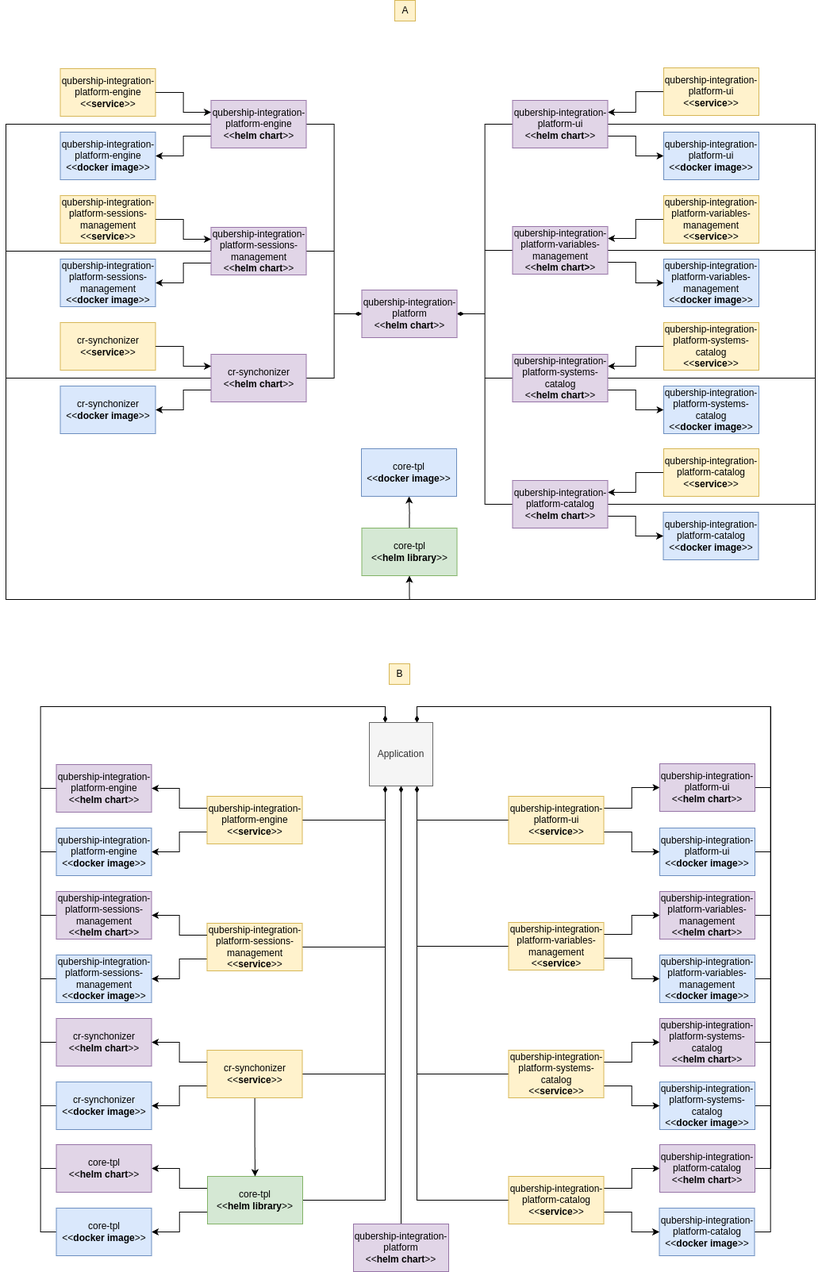
Above: docs/images/qip-application-manifest-without-plugins.drawio.png in sivareddyit/qubership-envgene (draw.io), before the change. Source tidied: cells renumbered, new cells last; positions are measured from the earlier drawing's top-left corner, leaving out a move shared by most shapes.
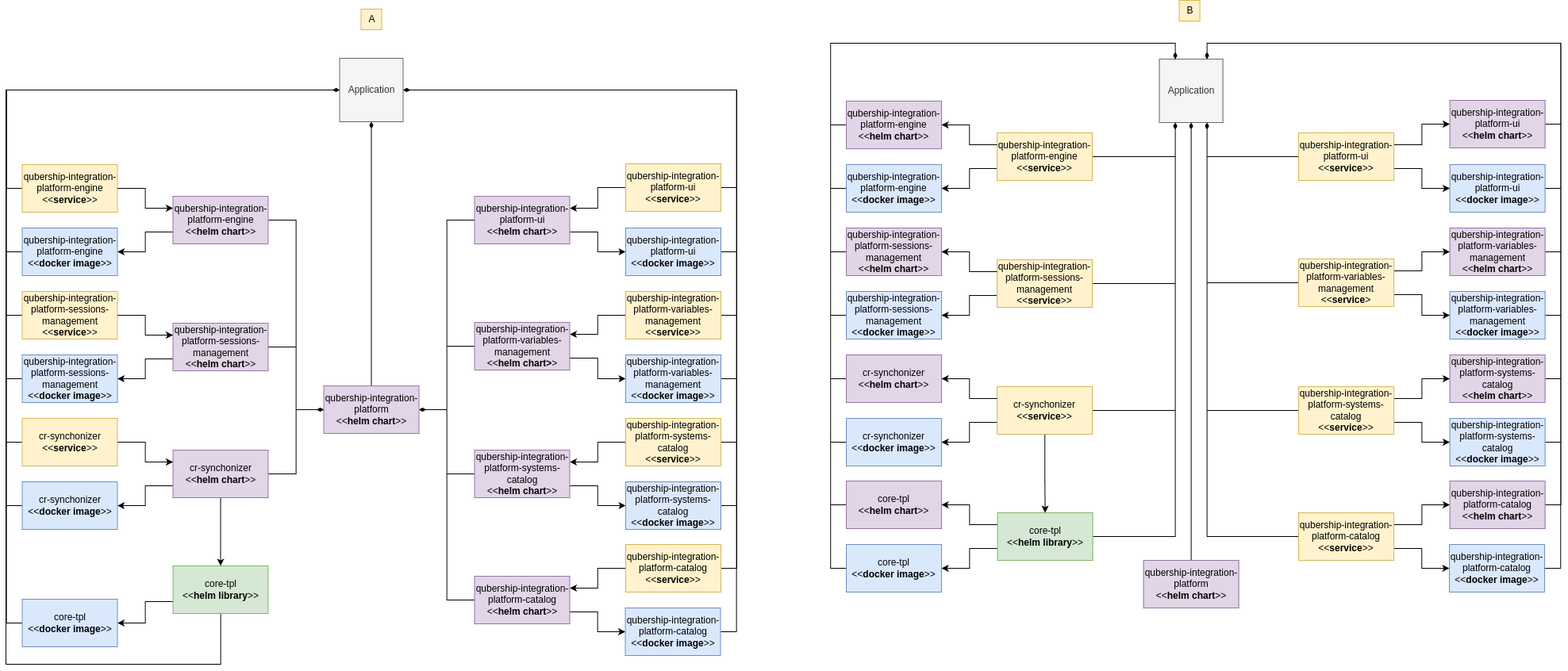
Above is the later version.

Change to the diagram source:
```diff
@@ -208,4 +208,7 @@
     </mxCell>
+    <mxCell id="125" style="edgeStyle=orthogonalEdgeStyle;rounded=0;jettySize=auto;html=1;exitX=1;exitY=0.5;exitDx=0;exitDy=0;entryX=1;entryY=0.5;entryDx=0;entryDy=0;endArrow=diamondThin;endFill=1;" parent="1" edge="1" source="70" target="142">
+      <mxGeometry relative="1" as="geometry" />
+    </mxCell>
     <mxCell id="70" value="&lt;div&gt;qubership-integration-platform-ui&lt;/div&gt;&amp;lt;&amp;lt;&lt;b&gt;docker image&lt;/b&gt;&amp;gt;&amp;gt;" style="rounded=0;whiteSpace=wrap;html=1;fillColor=#dae8fc;strokeColor=#6c8ebf;" parent="1" vertex="1">
-      <mxGeometry x="829" y="166" width="120" height="60" as="geometry" />
+      <mxGeometry x="-214.6" y="1123" width="120" height="60" as="geometry" />
     </mxCell>
@@ -214,7 +217,13 @@
     </mxCell>
+    <mxCell id="126" style="edgeStyle=orthogonalEdgeStyle;rounded=0;jettySize=auto;html=1;exitX=1;exitY=0.5;exitDx=0;exitDy=0;entryX=1;entryY=0.5;entryDx=0;entryDy=0;endArrow=diamondThin;endFill=1;" parent="1" edge="1" source="72" target="142">
+      <mxGeometry relative="1" as="geometry" />
+    </mxCell>
     <mxCell id="72" value="&lt;div&gt;qubership-integration-platform-ui&lt;/div&gt;&amp;lt;&amp;lt;&lt;b&gt;service&lt;/b&gt;&amp;gt;&amp;gt;" style="rounded=0;whiteSpace=wrap;html=1;fillColor=#fff2cc;strokeColor=#d6b656;" parent="1" vertex="1">
-      <mxGeometry x="829" y="85" width="120" height="60" as="geometry" />
+      <mxGeometry x="-214.6" y="1042" width="120" height="60" as="geometry" />
     </mxCell>
+    <mxCell id="127" style="edgeStyle=orthogonalEdgeStyle;rounded=0;jettySize=auto;html=1;exitX=1;exitY=0.5;exitDx=0;exitDy=0;entryX=1;entryY=0.5;entryDx=0;entryDy=0;endArrow=diamondThin;endFill=1;" parent="1" edge="1" source="73" target="142">
+      <mxGeometry relative="1" as="geometry" />
+    </mxCell>
     <mxCell id="73" value="&lt;div&gt;qubership-integration-platform-variables-management&lt;/div&gt;&amp;lt;&amp;lt;&lt;b&gt;docker image&lt;/b&gt;&amp;gt;&amp;gt;" style="rounded=0;whiteSpace=wrap;html=1;fillColor=#dae8fc;strokeColor=#6c8ebf;" parent="1" vertex="1">
-      <mxGeometry x="829" y="326" width="120" height="60" as="geometry" />
+      <mxGeometry x="-214.6" y="1283" width="120" height="60" as="geometry" />
     </mxCell>
@@ -223,7 +232,13 @@
     </mxCell>
+    <mxCell id="128" style="edgeStyle=orthogonalEdgeStyle;rounded=0;jettySize=auto;html=1;exitX=1;exitY=0.5;exitDx=0;exitDy=0;entryX=1;entryY=0.5;entryDx=0;entryDy=0;endArrow=diamondThin;endFill=1;" parent="1" edge="1" source="75" target="142">
+      <mxGeometry relative="1" as="geometry" />
+    </mxCell>
     <mxCell id="75" value="&lt;div&gt;qubership-integration-platform-variables-management&lt;/div&gt;&amp;lt;&amp;lt;&lt;b&gt;service&lt;/b&gt;&amp;gt;&amp;gt;" style="rounded=0;whiteSpace=wrap;html=1;fillColor=#fff2cc;strokeColor=#d6b656;" parent="1" vertex="1">
-      <mxGeometry x="829" y="246" width="120" height="60" as="geometry" />
+      <mxGeometry x="-214.6" y="1203" width="120" height="60" as="geometry" />
     </mxCell>
+    <mxCell id="129" style="edgeStyle=orthogonalEdgeStyle;rounded=0;jettySize=auto;html=1;exitX=1;exitY=0.5;exitDx=0;exitDy=0;entryX=1;entryY=0.5;entryDx=0;entryDy=0;endArrow=diamondThin;endFill=1;" parent="1" edge="1" source="76" target="142">
+      <mxGeometry relative="1" as="geometry" />
+    </mxCell>
     <mxCell id="76" value="&lt;div&gt;qubership-integration-platform-systems-catalog&lt;/div&gt;&amp;lt;&amp;lt;&lt;b&gt;docker image&lt;/b&gt;&amp;gt;&amp;gt;" style="rounded=0;whiteSpace=wrap;html=1;fillColor=#dae8fc;strokeColor=#6c8ebf;" parent="1" vertex="1">
-      <mxGeometry x="829" y="486" width="120" height="60" as="geometry" />
+      <mxGeometry x="-214.6" y="1443" width="120" height="60" as="geometry" />
     </mxCell>
@@ -232,7 +247,13 @@
     </mxCell>
+    <mxCell id="130" style="edgeStyle=orthogonalEdgeStyle;rounded=0;jettySize=auto;html=1;exitX=1;exitY=0.5;exitDx=0;exitDy=0;entryX=1;entryY=0.5;entryDx=0;entryDy=0;endArrow=diamondThin;endFill=1;" parent="1" edge="1" source="78" target="142">
+      <mxGeometry relative="1" as="geometry" />
+    </mxCell>
     <mxCell id="78" value="&lt;div&gt;qubership-integration-platform-systems-catalog&lt;/div&gt;&amp;lt;&amp;lt;&lt;b&gt;service&lt;/b&gt;&amp;gt;&amp;gt;" style="rounded=0;whiteSpace=wrap;html=1;fillColor=#fff2cc;strokeColor=#d6b656;" parent="1" vertex="1">
-      <mxGeometry x="829" y="406" width="120" height="60" as="geometry" />
+      <mxGeometry x="-214.6" y="1363" width="120" height="60" as="geometry" />
     </mxCell>
+    <mxCell id="131" style="edgeStyle=orthogonalEdgeStyle;rounded=0;jettySize=auto;html=1;exitX=1;exitY=0.5;exitDx=0;exitDy=0;entryX=1;entryY=0.5;entryDx=0;entryDy=0;endArrow=diamondThin;endFill=1;" parent="1" edge="1" source="79" target="142">
+      <mxGeometry relative="1" as="geometry" />
+    </mxCell>
     <mxCell id="79" value="&lt;div&gt;qubership-integration-platform-catalog&lt;/div&gt;&amp;lt;&amp;lt;&lt;b&gt;docker image&lt;/b&gt;&amp;gt;&amp;gt;" style="rounded=0;whiteSpace=wrap;html=1;fillColor=#dae8fc;strokeColor=#6c8ebf;" parent="1" vertex="1">
-      <mxGeometry x="828.5" y="645" width="120" height="60" as="geometry" />
+      <mxGeometry x="-215.1" y="1602" width="120" height="60" as="geometry" />
     </mxCell>
@@ -241,10 +262,24 @@
     </mxCell>
+    <mxCell id="132" style="edgeStyle=orthogonalEdgeStyle;rounded=0;jettySize=auto;html=1;exitX=1;exitY=0.5;exitDx=0;exitDy=0;entryX=1;entryY=0.5;entryDx=0;entryDy=0;endArrow=diamondThin;endFill=1;" parent="1" edge="1" source="81" target="142">
+      <mxGeometry relative="1" as="geometry" />
+    </mxCell>
     <mxCell id="81" value="&lt;div&gt;qubership-integration-platform-catalog&lt;/div&gt;&amp;lt;&amp;lt;&lt;b&gt;service&lt;/b&gt;&amp;gt;&amp;gt;" style="rounded=0;whiteSpace=wrap;html=1;fillColor=#fff2cc;strokeColor=#d6b656;" parent="1" vertex="1">
-      <mxGeometry x="829" y="565" width="120" height="60" as="geometry" />
+      <mxGeometry x="-214.6" y="1522" width="120" height="60" as="geometry" />
     </mxCell>
+    <mxCell id="133" style="edgeStyle=orthogonalEdgeStyle;rounded=0;jettySize=auto;html=1;exitX=0;exitY=0.5;exitDx=0;exitDy=0;entryX=0;entryY=0.5;entryDx=0;entryDy=0;endArrow=diamondThin;endFill=1;" parent="1" edge="1" source="82" target="142">
+      <mxGeometry relative="1" as="geometry" />
+    </mxCell>
     <mxCell id="82" value="&lt;div&gt;qubership-integration-platform-engine&lt;/div&gt;&amp;lt;&amp;lt;&lt;b&gt;docker image&lt;/b&gt;&amp;gt;&amp;gt;" style="rounded=0;whiteSpace=wrap;html=1;fillColor=#dae8fc;strokeColor=#6c8ebf;" parent="1" vertex="1">
-      <mxGeometry x="68.5" y="166" width="120" height="60" as="geometry" />
+      <mxGeometry x="-975.1" y="1123" width="120" height="60" as="geometry" />
     </mxCell>
+    <mxCell id="134" style="edgeStyle=orthogonalEdgeStyle;rounded=0;jettySize=auto;html=1;entryX=0;entryY=0.5;entryDx=0;entryDy=0;exitX=0;exitY=0.5;exitDx=0;exitDy=0;endArrow=diamondThin;endFill=1;" parent="1" edge="1" source="83" target="142">
+      <mxGeometry relative="1" as="geometry">
+        <Array as="points">
+          <mxPoint x="-994.6" y="1073" />
+          <mxPoint x="-994.6" y="949" />
+        </Array>
+      </mxGeometry>
+    </mxCell>
     <mxCell id="83" value="&lt;div&gt;qubership-integration-platform-engine&lt;/div&gt;&amp;lt;&amp;lt;&lt;b&gt;service&lt;/b&gt;&amp;gt;&amp;gt;" style="rounded=0;whiteSpace=wrap;html=1;fillColor=#fff2cc;strokeColor=#d6b656;" parent="1" vertex="1">
-      <mxGeometry x="68.5" y="86" width="120" height="60" as="geometry" />
+      <mxGeometry x="-975.1" y="1043" width="120" height="60" as="geometry" />
     </mxCell>
@@ -256,13 +291,4 @@
     </mxCell>
-    <mxCell id="86" style="edgeStyle=orthogonalEdgeStyle;rounded=0;jettySize=auto;html=1;entryX=0.5;entryY=1;entryDx=0;entryDy=0;" parent="1" edge="1" source="87" target="106">
-      <mxGeometry relative="1" as="geometry">
-        <Array as="points">
-          <mxPoint x="1020" y="156" />
-          <mxPoint x="1020" y="755" />
-          <mxPoint x="509" y="755" />
-        </Array>
-      </mxGeometry>
-    </mxCell>
     <mxCell id="87" value="&lt;div&gt;qubership-integration-platform-ui&lt;/div&gt;&amp;lt;&amp;lt;&lt;b&gt;helm chart&lt;/b&gt;&amp;gt;&amp;gt;" style="rounded=0;whiteSpace=wrap;html=1;fillColor=#e1d5e7;strokeColor=#9673a6;" parent="1" vertex="1">
-      <mxGeometry x="638.5" y="126" width="120" height="60" as="geometry" />
+      <mxGeometry x="-405.1" y="1083" width="120" height="60" as="geometry" />
     </mxCell>
@@ -274,13 +300,4 @@
     </mxCell>
-    <mxCell id="90" style="edgeStyle=orthogonalEdgeStyle;rounded=0;jettySize=auto;html=1;entryX=0.5;entryY=1;entryDx=0;entryDy=0;" parent="1" edge="1" source="91" target="106">
-      <mxGeometry relative="1" as="geometry">
-        <Array as="points">
-          <mxPoint x="1020" y="315" />
-          <mxPoint x="1020" y="755" />
-          <mxPoint x="509" y="755" />
-        </Array>
-      </mxGeometry>
-    </mxCell>
     <mxCell id="91" value="&lt;div&gt;qubership-integration-platform-variables-management&lt;/div&gt;&amp;lt;&amp;lt;&lt;b&gt;helm chart&amp;gt;&lt;/b&gt;&amp;gt;" style="rounded=0;whiteSpace=wrap;html=1;fillColor=#e1d5e7;strokeColor=#9673a6;" parent="1" vertex="1">
-      <mxGeometry x="638.5" y="285" width="120" height="60" as="geometry" />
+      <mxGeometry x="-405.1" y="1242" width="120" height="60" as="geometry" />
     </mxCell>
@@ -292,13 +309,4 @@
     </mxCell>
-    <mxCell id="94" style="edgeStyle=orthogonalEdgeStyle;rounded=0;jettySize=auto;html=1;exitX=1;exitY=0.5;exitDx=0;exitDy=0;entryX=0.5;entryY=1;entryDx=0;entryDy=0;" parent="1" edge="1" source="95" target="106">
-      <mxGeometry relative="1" as="geometry">
-        <Array as="points">
-          <mxPoint x="1020" y="476" />
-          <mxPoint x="1020" y="755" />
-          <mxPoint x="509" y="755" />
-        </Array>
-      </mxGeometry>
-    </mxCell>
     <mxCell id="95" value="&lt;div&gt;qubership-integration-platform-systems-catalog&lt;/div&gt;&amp;lt;&amp;lt;&lt;b&gt;helm chart&lt;/b&gt;&amp;gt;&amp;gt;" style="rounded=0;whiteSpace=wrap;html=1;fillColor=#e1d5e7;strokeColor=#9673a6;" parent="1" vertex="1">
-      <mxGeometry x="638.5" y="446" width="120" height="60" as="geometry" />
+      <mxGeometry x="-405.1" y="1403" width="120" height="60" as="geometry" />
     </mxCell>
@@ -310,13 +318,4 @@
     </mxCell>
-    <mxCell id="98" style="edgeStyle=orthogonalEdgeStyle;rounded=0;jettySize=auto;html=1;exitX=1;exitY=0.5;exitDx=0;exitDy=0;entryX=0.5;entryY=1;entryDx=0;entryDy=0;" parent="1" edge="1" source="99" target="106">
-      <mxGeometry relative="1" as="geometry">
-        <Array as="points">
-          <mxPoint x="1020" y="635" />
-          <mxPoint x="1020" y="755" />
-          <mxPoint x="509" y="755" />
-        </Array>
-      </mxGeometry>
-    </mxCell>
     <mxCell id="99" value="&lt;div&gt;qubership-integration-platform-catalog&lt;/div&gt;&amp;lt;&amp;lt;&lt;b&gt;helm chart&lt;/b&gt;&amp;gt;&amp;gt;" style="rounded=0;whiteSpace=wrap;html=1;fillColor=#e1d5e7;strokeColor=#9673a6;" parent="1" vertex="1">
-      <mxGeometry x="638.5" y="605" width="120" height="60" as="geometry" />
+      <mxGeometry x="-405.1" y="1562" width="120" height="60" as="geometry" />
     </mxCell>
@@ -328,25 +327,31 @@
     </mxCell>
-    <mxCell id="102" style="edgeStyle=orthogonalEdgeStyle;rounded=0;jettySize=auto;html=1;exitX=0;exitY=0.5;exitDx=0;exitDy=0;entryX=0.5;entryY=1;entryDx=0;entryDy=0;" parent="1" edge="1" source="103" target="106">
-      <mxGeometry relative="1" as="geometry">
-        <Array as="points">
-          <mxPoint y="156" />
-          <mxPoint y="755" />
-          <mxPoint x="509" y="755" />
-        </Array>
-      </mxGeometry>
-    </mxCell>
     <mxCell id="103" value="&lt;div&gt;qubership-integration-platform-engine&lt;/div&gt;&amp;lt;&amp;lt;&lt;b&gt;helm chart&lt;/b&gt;&amp;gt;&amp;gt;" style="rounded=0;whiteSpace=wrap;html=1;fillColor=#e1d5e7;strokeColor=#9673a6;" parent="1" vertex="1">
-      <mxGeometry x="258.5" y="126" width="120" height="60" as="geometry" />
+      <mxGeometry x="-785.1" y="1083" width="120" height="60" as="geometry" />
     </mxCell>
+    <mxCell id="135" style="edgeStyle=orthogonalEdgeStyle;rounded=0;jettySize=auto;html=1;exitX=0.5;exitY=0;exitDx=0;exitDy=0;entryX=0.5;entryY=1;entryDx=0;entryDy=0;endArrow=diamondThin;endFill=1;" parent="1" edge="1" source="104" target="142">
+      <mxGeometry relative="1" as="geometry" />
+    </mxCell>
     <mxCell id="104" value="&lt;div&gt;qubership-integration-platform&lt;/div&gt;&amp;lt;&amp;lt;&lt;b&gt;helm chart&lt;/b&gt;&amp;gt;&amp;gt;" style="rounded=0;whiteSpace=wrap;html=1;fillColor=#e1d5e7;strokeColor=#9673a6;" parent="1" vertex="1">
-      <mxGeometry x="448.5" y="365" width="120" height="60" as="geometry" />
+      <mxGeometry x="-595.1" y="1322" width="120" height="60" as="geometry" />
     </mxCell>
-    <mxCell id="105" style="edgeStyle=orthogonalEdgeStyle;rounded=0;jettySize=auto;html=1;exitX=0.5;exitY=0;exitDx=0;exitDy=0;entryX=0.5;entryY=1;entryDx=0;entryDy=0;" parent="1" edge="1" source="106" target="107">
+    <mxCell id="105" style="edgeStyle=orthogonalEdgeStyle;rounded=0;jettySize=auto;html=1;exitX=0;exitY=0.75;exitDx=0;exitDy=0;" parent="1" edge="1" source="106" target="107">
       <mxGeometry relative="1" as="geometry" />
     </mxCell>
+    <mxCell id="136" style="edgeStyle=orthogonalEdgeStyle;rounded=0;jettySize=auto;html=1;entryX=0;entryY=0.5;entryDx=0;entryDy=0;endArrow=diamondThin;endFill=1;" parent="1" edge="1" source="106" target="142">
+      <mxGeometry relative="1" as="geometry">
+        <Array as="points">
+          <mxPoint x="-724.6" y="1673" />
+          <mxPoint x="-995.6" y="1673" />
+          <mxPoint x="-995.6" y="949" />
+        </Array>
+      </mxGeometry>
+    </mxCell>
     <mxCell id="106" value="&lt;div&gt;core-tpl&lt;/div&gt;&amp;lt;&amp;lt;&lt;b&gt;helm library&lt;/b&gt;&amp;gt;&amp;gt;" style="rounded=0;whiteSpace=wrap;html=1;fillColor=#d5e8d4;strokeColor=#82b366;" parent="1" vertex="1">
-      <mxGeometry x="448.5" y="665" width="120" height="60" as="geometry" />
+      <mxGeometry x="-785.1" y="1549" width="120" height="60" as="geometry" />
     </mxCell>
+    <mxCell id="137" style="edgeStyle=orthogonalEdgeStyle;rounded=0;jettySize=auto;html=1;exitX=0;exitY=0.5;exitDx=0;exitDy=0;entryX=0;entryY=0.5;entryDx=0;entryDy=0;endArrow=diamondThin;endFill=1;" parent="1" edge="1" source="107" target="142">
+      <mxGeometry relative="1" as="geometry" />
+    </mxCell>
     <mxCell id="107" value="&lt;div&gt;core-tpl&lt;/div&gt;&amp;lt;&amp;lt;&lt;b&gt;docker image&lt;/b&gt;&amp;gt;&amp;gt;" style="rounded=0;whiteSpace=wrap;html=1;fillColor=#dae8fc;strokeColor=#6c8ebf;" parent="1" vertex="1">
-      <mxGeometry x="448" y="565" width="120" height="60" as="geometry" />
+      <mxGeometry x="-975.1" y="1591" width="120" height="60" as="geometry" />
     </mxCell>
@@ -355,7 +360,13 @@
     </mxCell>
+    <mxCell id="138" style="edgeStyle=orthogonalEdgeStyle;rounded=0;jettySize=auto;html=1;exitX=0;exitY=0.5;exitDx=0;exitDy=0;entryX=0;entryY=0.5;entryDx=0;entryDy=0;endArrow=diamondThin;endFill=1;" parent="1" edge="1" source="109" target="142">
+      <mxGeometry relative="1" as="geometry" />
+    </mxCell>
     <mxCell id="109" value="&lt;div&gt;qubership-integration-platform-sessions-management&lt;/div&gt;&amp;lt;&amp;lt;&lt;b&gt;docker image&lt;/b&gt;&amp;gt;&amp;gt;" style="rounded=0;whiteSpace=wrap;html=1;fillColor=#dae8fc;strokeColor=#6c8ebf;" parent="1" vertex="1">
-      <mxGeometry x="68.5" y="326" width="120" height="60" as="geometry" />
+      <mxGeometry x="-975.1" y="1283" width="120" height="60" as="geometry" />
     </mxCell>
+    <mxCell id="139" style="edgeStyle=orthogonalEdgeStyle;rounded=0;jettySize=auto;html=1;exitX=0;exitY=0.5;exitDx=0;exitDy=0;entryX=0;entryY=0.5;entryDx=0;entryDy=0;endArrow=diamondThin;endFill=1;" parent="1" edge="1" source="110" target="142">
+      <mxGeometry relative="1" as="geometry" />
+    </mxCell>
     <mxCell id="110" value="&lt;div&gt;qubership-integration-platform-sessions-management&lt;/div&gt;&amp;lt;&amp;lt;&lt;b&gt;service&lt;/b&gt;&amp;gt;&amp;gt;" style="rounded=0;whiteSpace=wrap;html=1;fillColor=#fff2cc;strokeColor=#d6b656;" parent="1" vertex="1">
-      <mxGeometry x="68.5" y="246" width="120" height="60" as="geometry" />
+      <mxGeometry x="-975.1" y="1203" width="120" height="60" as="geometry" />
     </mxCell>
@@ -367,13 +378,4 @@
     </mxCell>
-    <mxCell id="113" style="edgeStyle=orthogonalEdgeStyle;rounded=0;jettySize=auto;html=1;exitX=0;exitY=0.5;exitDx=0;exitDy=0;entryX=0.5;entryY=1;entryDx=0;entryDy=0;" parent="1" edge="1" source="114" target="106">
-      <mxGeometry relative="1" as="geometry">
-        <Array as="points">
-          <mxPoint y="316" />
-          <mxPoint y="755" />
-          <mxPoint x="509" y="755" />
-        </Array>
-      </mxGeometry>
-    </mxCell>
     <mxCell id="114" value="&lt;div&gt;qubership-integration-platform-sessions-management&lt;/div&gt;&amp;lt;&amp;lt;&lt;b&gt;helm chart&lt;/b&gt;&amp;gt;&amp;gt;" style="rounded=0;whiteSpace=wrap;html=1;fillColor=#e1d5e7;strokeColor=#9673a6;" parent="1" vertex="1">
-      <mxGeometry x="258.5" y="286" width="120" height="60" as="geometry" />
+      <mxGeometry x="-785.1" y="1243" width="120" height="60" as="geometry" />
     </mxCell>
@@ -382,7 +384,13 @@
     </mxCell>
+    <mxCell id="140" style="edgeStyle=orthogonalEdgeStyle;rounded=0;jettySize=auto;html=1;exitX=0;exitY=0.5;exitDx=0;exitDy=0;entryX=0;entryY=0.5;entryDx=0;entryDy=0;endArrow=diamondThin;endFill=1;" parent="1" edge="1" source="116" target="142">
+      <mxGeometry relative="1" as="geometry" />
+    </mxCell>
     <mxCell id="116" value="&lt;div&gt;&lt;div&gt;cr-synchonizer&lt;/div&gt;&lt;/div&gt;&amp;lt;&amp;lt;&lt;b&gt;docker image&lt;/b&gt;&amp;gt;&amp;gt;" style="rounded=0;whiteSpace=wrap;html=1;fillColor=#dae8fc;strokeColor=#6c8ebf;" parent="1" vertex="1">
-      <mxGeometry x="68.5" y="486" width="120" height="60" as="geometry" />
+      <mxGeometry x="-975.1" y="1443" width="120" height="60" as="geometry" />
     </mxCell>
+    <mxCell id="141" style="edgeStyle=orthogonalEdgeStyle;rounded=0;jettySize=auto;html=1;exitX=0;exitY=0.5;exitDx=0;exitDy=0;entryX=0;entryY=0.5;entryDx=0;entryDy=0;endArrow=diamondThin;endFill=1;" parent="1" edge="1" source="117" target="142">
+      <mxGeometry relative="1" as="geometry" />
+    </mxCell>
     <mxCell id="117" value="&lt;div&gt;cr-synchonizer&lt;/div&gt;&amp;lt;&amp;lt;&lt;b&gt;service&lt;/b&gt;&amp;gt;&amp;gt;" style="rounded=0;whiteSpace=wrap;html=1;fillColor=#fff2cc;strokeColor=#d6b656;" parent="1" vertex="1">
-      <mxGeometry x="68.5" y="406" width="120" height="60" as="geometry" />
+      <mxGeometry x="-975.1" y="1363" width="120" height="60" as="geometry" />
     </mxCell>
@@ -394,13 +402,7 @@
     </mxCell>
-    <mxCell id="120" style="edgeStyle=orthogonalEdgeStyle;rounded=0;jettySize=auto;html=1;exitX=0;exitY=0.5;exitDx=0;exitDy=0;entryX=0.5;entryY=1;entryDx=0;entryDy=0;" parent="1" edge="1" source="121" target="106">
-      <mxGeometry relative="1" as="geometry">
-        <Array as="points">
-          <mxPoint y="476" />
-          <mxPoint y="755" />
-          <mxPoint x="509" y="755" />
-        </Array>
-      </mxGeometry>
+    <mxCell id="120" style="edgeStyle=orthogonalEdgeStyle;rounded=0;jettySize=auto;html=1;exitX=0.5;exitY=1;exitDx=0;exitDy=0;entryX=0.5;entryY=0;entryDx=0;entryDy=0;" parent="1" edge="1" source="121" target="106">
+      <mxGeometry relative="1" as="geometry" />
     </mxCell>
     <mxCell id="121" value="&lt;div&gt;&lt;div&gt;cr-synchonizer&lt;/div&gt;&lt;/div&gt;&amp;lt;&amp;lt;&lt;b&gt;helm chart&lt;/b&gt;&amp;gt;&amp;gt;" style="rounded=0;whiteSpace=wrap;html=1;fillColor=#e1d5e7;strokeColor=#9673a6;" parent="1" vertex="1">
-      <mxGeometry x="258.5" y="446" width="120" height="60" as="geometry" />
+      <mxGeometry x="-785.1" y="1403" width="120" height="60" as="geometry" />
     </mxCell>
@@ -413,4 +415,7 @@
     <mxCell id="124" value="A" style="text;html=1;align=center;verticalAlign=middle;strokeColor=#d6b656;fillColor=#fff2cc;" parent="1" vertex="1">
-      <mxGeometry x="490" width="26" height="26" as="geometry" />
+      <mxGeometry x="-548.1" y="847" width="26" height="26" as="geometry" />
     </mxCell>
+    <mxCell id="142" value="Application" style="whiteSpace=wrap;html=1;fillColor=#f5f5f5;fontColor=#333333;strokeColor=#666666;" parent="1" vertex="1">
+      <mxGeometry x="-575.1" y="909" width="80" height="80" as="geometry" />
+    </mxCell>
   </root>
```
